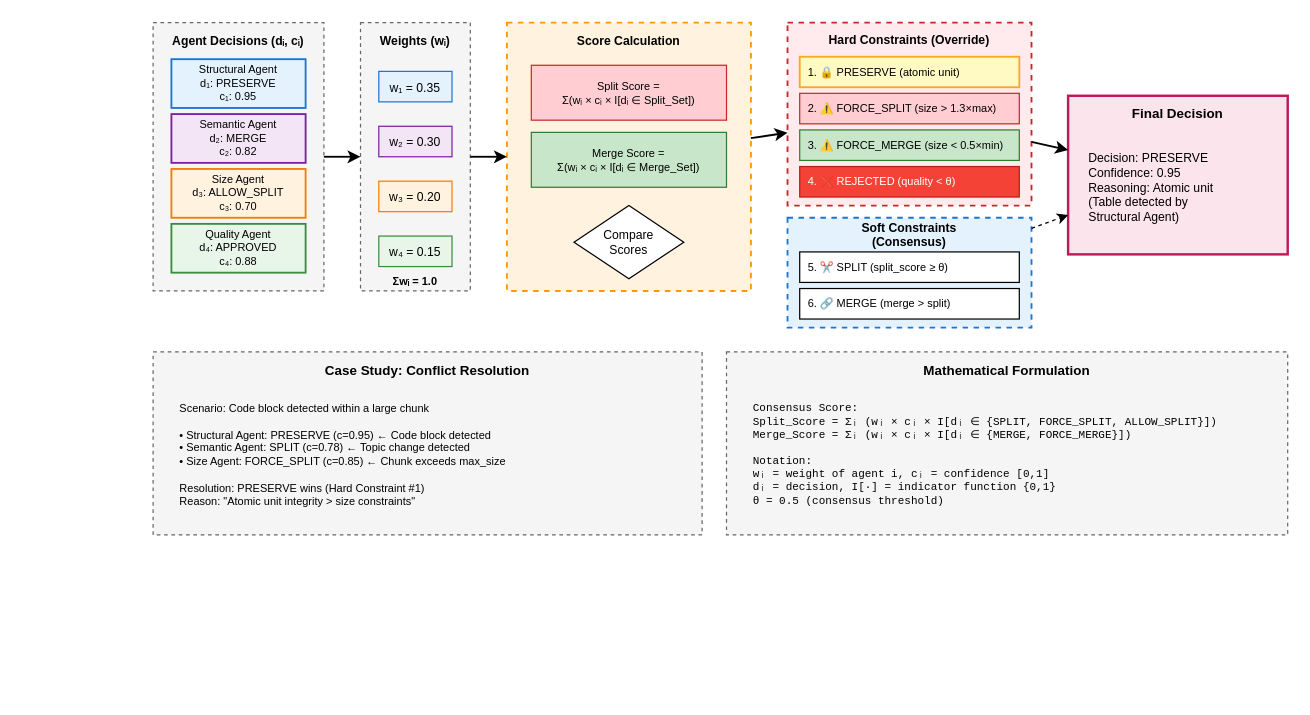
The draw.io diagram diagrams/drawio/03_consensus_mechanism.drawio in EngindalgaMaku/ebars, before the edit. Source tidied: cells renumbered, new cells numbered last; positions are measured from the earlier drawing's top-left corner, leaving out a move shared by most shapes. Both pictures are drawn from the tidied source at 122%, with x=0, y=0 at pixel (152, 22).
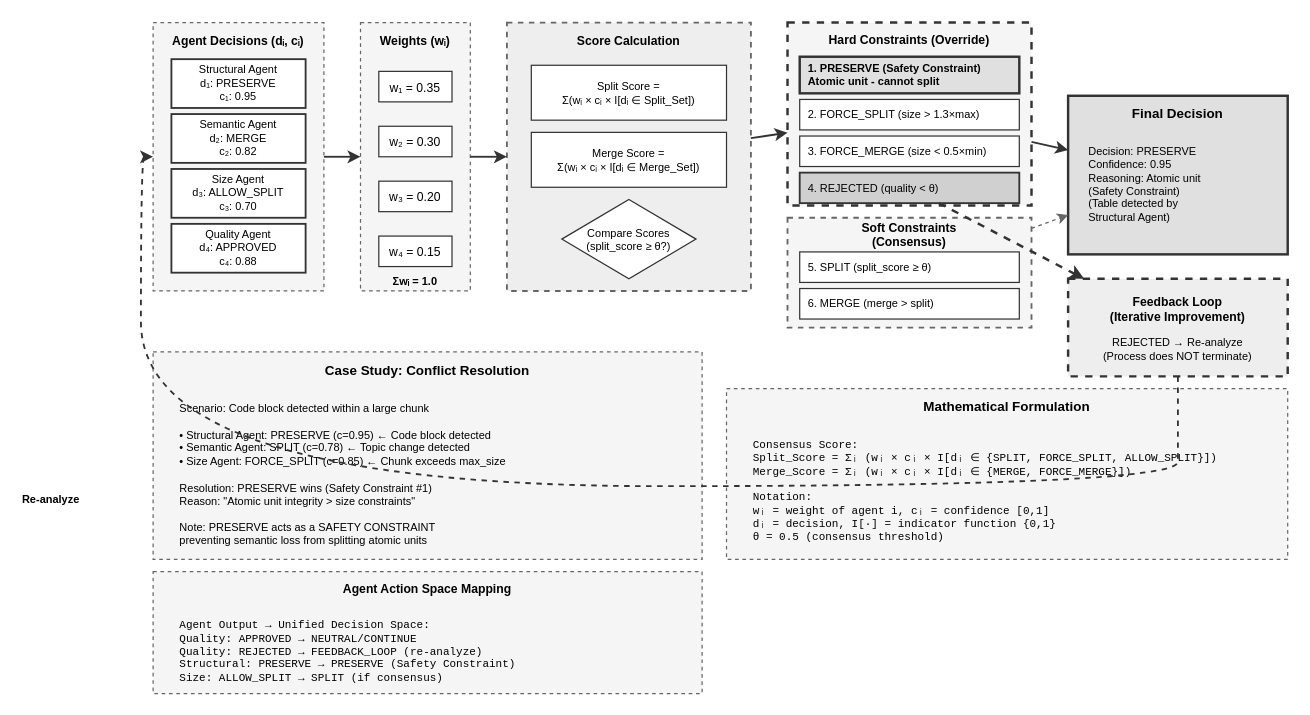
Above is the later version.

The change refers to these unchanged cells:
```xml
<mxCell id="2" style="rounded=0;whiteSpace=wrap;html=1;fillColor=#f5f5f5;strokeColor=#666666;strokeWidth=1;dashed=1;" parent="1" vertex="1">
  <mxGeometry width="140" height="220" as="geometry" />
</mxCell>
<mxCell id="8" style="rounded=0;whiteSpace=wrap;html=1;fillColor=#f5f5f5;strokeColor=#666666;strokeWidth=1;dashed=1;" parent="1" vertex="1">
  <mxGeometry x="170" width="90" height="220" as="geometry" />
</mxCell>
```

The edit, as a diff of the source:
```diff
@@
-    <mxCell id="4" value="Structural Agent&#10;d₁: PRESERVE&#10;c₁: 0.95" style="rounded=0;whiteSpace=wrap;html=1;fillColor=#e3f2fd;strokeColor=#1976d2;strokeWidth=1.5;fontSize=9;" parent="1" vertex="1">
+    <mxCell id="4" value="Structural Agent&#10;d₁: PRESERVE&#10;c₁: 0.95" style="rounded=0;whiteSpace=wrap;html=1;fillColor=#ffffff;strokeColor=#333333;strokeWidth=1.5;fontSize=9;" parent="1" vertex="1">
       <mxGeometry x="15" y="30" width="110" height="40" as="geometry" />
     </mxCell>
-    <mxCell id="5" value="Semantic Agent&#10;d₂: MERGE&#10;c₂: 0.82" style="rounded=0;whiteSpace=wrap;html=1;fillColor=#f3e5f5;strokeColor=#7b1fa2;strokeWidth=1.5;fontSize=9;" parent="1" vertex="1">
+    <mxCell id="5" value="Semantic Agent&#10;d₂: MERGE&#10;c₂: 0.82" style="rounded=0;whiteSpace=wrap;html=1;fillColor=#ffffff;strokeColor=#333333;strokeWidth=1.5;fontSize=9;" parent="1" vertex="1">
       <mxGeometry x="15" y="75" width="110" height="40" as="geometry" />
     </mxCell>
-    <mxCell id="6" value="Size Agent&#10;d₃: ALLOW_SPLIT&#10;c₃: 0.70" style="rounded=0;whiteSpace=wrap;html=1;fillColor=#fff3e0;strokeColor=#f57c00;strokeWidth=1.5;fontSize=9;" parent="1" vertex="1">
+    <mxCell id="6" value="Size Agent&#10;d₃: ALLOW_SPLIT&#10;c₃: 0.70" style="rounded=0;whiteSpace=wrap;html=1;fillColor=#ffffff;strokeColor=#333333;strokeWidth=1.5;fontSize=9;" parent="1" vertex="1">
       <mxGeometry x="15" y="120" width="110" height="40" as="geometry" />
     </mxCell>
-    <mxCell id="7" value="Quality Agent&#10;d₄: APPROVED&#10;c₄: 0.88" style="rounded=0;whiteSpace=wrap;html=1;fillColor=#e8f5e9;strokeColor=#388e3c;strokeWidth=1.5;fontSize=9;" parent="1" vertex="1">
+    <mxCell id="7" value="Quality Agent&#10;d₄: APPROVED&#10;c₄: 0.88" style="rounded=0;whiteSpace=wrap;html=1;fillColor=#ffffff;strokeColor=#333333;strokeWidth=1.5;fontSize=9;" parent="1" vertex="1">
       <mxGeometry x="15" y="165" width="110" height="40" as="geometry" />
     </mxCell>
@@
-    <mxCell id="10" value="w₁ = 0.35" style="rounded=0;whiteSpace=wrap;html=1;fillColor=#e3f2fd;strokeColor=#1976d2;strokeWidth=1;fontSize=10;" parent="1" vertex="1">
+    <mxCell id="10" value="w₁ = 0.35" style="rounded=0;whiteSpace=wrap;html=1;fillColor=#ffffff;strokeColor=#333333;strokeWidth=1;fontSize=10;" parent="1" vertex="1">
       <mxGeometry x="185" y="40" width="60" height="25" as="geometry" />
     </mxCell>
-    <mxCell id="11" value="w₂ = 0.30" style="rounded=0;whiteSpace=wrap;html=1;fillColor=#f3e5f5;strokeColor=#7b1fa2;strokeWidth=1;fontSize=10;" parent="1" vertex="1">
+    <mxCell id="11" value="w₂ = 0.30" style="rounded=0;whiteSpace=wrap;html=1;fillColor=#ffffff;strokeColor=#333333;strokeWidth=1;fontSize=10;" parent="1" vertex="1">
       <mxGeometry x="185" y="85" width="60" height="25" as="geometry" />
     </mxCell>
-    <mxCell id="12" value="w₃ = 0.20" style="rounded=0;whiteSpace=wrap;html=1;fillColor=#fff3e0;strokeColor=#f57c00;strokeWidth=1;fontSize=10;" parent="1" vertex="1">
+    <mxCell id="12" value="w₃ = 0.20" style="rounded=0;whiteSpace=wrap;html=1;fillColor=#ffffff;strokeColor=#333333;strokeWidth=1;fontSize=10;" parent="1" vertex="1">
       <mxGeometry x="185" y="130" width="60" height="25" as="geometry" />
     </mxCell>
-    <mxCell id="13" value="w₄ = 0.15" style="rounded=0;whiteSpace=wrap;html=1;fillColor=#e8f5e9;strokeColor=#388e3c;strokeWidth=1;fontSize=10;" parent="1" vertex="1">
+    <mxCell id="13" value="w₄ = 0.15" style="rounded=0;whiteSpace=wrap;html=1;fillColor=#ffffff;strokeColor=#333333;strokeWidth=1;fontSize=10;" parent="1" vertex="1">
       <mxGeometry x="185" y="175" width="60" height="25" as="geometry" />
     </mxCell>
@@
-    <mxCell id="15" style="rounded=0;whiteSpace=wrap;html=1;fillColor=#fff3e0;strokeColor=#ff9800;strokeWidth=1.5;dashed=1;" parent="1" vertex="1">
+    <mxCell id="15" style="rounded=0;whiteSpace=wrap;html=1;fillColor=#eeeeee;strokeColor=#666666;strokeWidth=1.5;dashed=1;" parent="1" vertex="1">
       <mxGeometry x="290" width="200" height="220" as="geometry" />
     </mxCell>
@@
-    <mxCell id="17" value="Split Score =&#10;Σ(wᵢ × cᵢ × I[dᵢ ∈ Split_Set])" style="rounded=0;whiteSpace=wrap;html=1;fillColor=#ffcdd2;strokeColor=#c62828;strokeWidth=1;fontSize=9;" parent="1" vertex="1">
+    <mxCell id="17" value="Split Score =&#10;Σ(wᵢ × cᵢ × I[dᵢ ∈ Split_Set])" style="rounded=0;whiteSpace=wrap;html=1;fillColor=#ffffff;strokeColor=#333333;strokeWidth=1;fontSize=9;" parent="1" vertex="1">
       <mxGeometry x="310" y="35" width="160" height="45" as="geometry" />
     </mxCell>
-    <mxCell id="18" value="Merge Score =&#10;Σ(wᵢ × cᵢ × I[dᵢ ∈ Merge_Set])" style="rounded=0;whiteSpace=wrap;html=1;fillColor=#c8e6c9;strokeColor=#2e7d32;strokeWidth=1;fontSize=9;" parent="1" vertex="1">
+    <mxCell id="18" value="Merge Score =&#10;Σ(wᵢ × cᵢ × I[dᵢ ∈ Merge_Set])" style="rounded=0;whiteSpace=wrap;html=1;fillColor=#ffffff;strokeColor=#333333;strokeWidth=1;fontSize=9;" parent="1" vertex="1">
       <mxGeometry x="310" y="90" width="160" height="45" as="geometry" />
     </mxCell>
-    <mxCell id="19" value="Compare&#10;Scores" style="rhombus;whiteSpace=wrap;html=1;fillColor=#ffffff;strokeColor=#000000;strokeWidth=1;fontSize=10;" parent="1" vertex="1">
-      <mxGeometry x="345" y="150" width="90" height="60" as="geometry" />
+    <mxCell id="19" value="Compare Scores&#10;(split_score ≥ θ?)" style="rhombus;whiteSpace=wrap;html=1;fillColor=#ffffff;strokeColor=#333333;strokeWidth=1;fontSize=9;" parent="1" vertex="1">
+      <mxGeometry x="335" y="145" width="110" height="65" as="geometry" />
     </mxCell>
-    <mxCell id="20" style="rounded=0;whiteSpace=wrap;html=1;fillColor=#ffebee;strokeColor=#c62828;strokeWidth=1.5;dashed=1;" parent="1" vertex="1">
+    <mxCell id="20" style="rounded=0;whiteSpace=wrap;html=1;fillColor=#f5f5f5;strokeColor=#333333;strokeWidth=2;dashed=1;" parent="1" vertex="1">
       <mxGeometry x="520" width="200" height="150" as="geometry" />
     </mxCell>
@@
-    <mxCell id="22" value="1. 🔒 PRESERVE (atomic unit)" style="rounded=0;whiteSpace=wrap;html=1;fillColor=#fff9c4;strokeColor=#f9a825;strokeWidth=1.5;fontSize=9;align=left;spacingLeft=5;" parent="1" vertex="1">
-      <mxGeometry x="530" y="28" width="180" height="25" as="geometry" />
+    <mxCell id="22" value="1. PRESERVE (Safety Constraint)&#10;   Atomic unit - cannot split" style="rounded=0;whiteSpace=wrap;html=1;fillColor=#e0e0e0;strokeColor=#333333;strokeWidth=2;fontSize=9;align=left;spacingLeft=5;fontStyle=1;" parent="1" vertex="1">
+      <mxGeometry x="530" y="28" width="180" height="30" as="geometry" />
     </mxCell>
-    <mxCell id="23" value="2. ⚠️ FORCE_SPLIT (size &gt; 1.3×max)" style="rounded=0;whiteSpace=wrap;html=1;fillColor=#ffcdd2;strokeColor=#c62828;strokeWidth=1;fontSize=9;align=left;spacingLeft=5;" parent="1" vertex="1">
-      <mxGeometry x="530" y="58" width="180" height="25" as="geometry" />
+    <mxCell id="23" value="2. FORCE_SPLIT (size &gt; 1.3×max)" style="rounded=0;whiteSpace=wrap;html=1;fillColor=#ffffff;strokeColor=#333333;strokeWidth=1;fontSize=9;align=left;spacingLeft=5;" parent="1" vertex="1">
+      <mxGeometry x="530" y="63" width="180" height="25" as="geometry" />
     </mxCell>
-    <mxCell id="24" value="3. ⚠️ FORCE_MERGE (size &lt; 0.5×min)" style="rounded=0;whiteSpace=wrap;html=1;fillColor=#c8e6c9;strokeColor=#2e7d32;strokeWidth=1;fontSize=9;align=left;spacingLeft=5;" parent="1" vertex="1">
-      <mxGeometry x="530" y="88" width="180" height="25" as="geometry" />
+    <mxCell id="24" value="3. FORCE_MERGE (size &lt; 0.5×min)" style="rounded=0;whiteSpace=wrap;html=1;fillColor=#ffffff;strokeColor=#333333;strokeWidth=1;fontSize=9;align=left;spacingLeft=5;" parent="1" vertex="1">
+      <mxGeometry x="530" y="93" width="180" height="25" as="geometry" />
     </mxCell>
-    <mxCell id="25" value="4. ❌ REJECTED (quality &lt; θ)" style="rounded=0;whiteSpace=wrap;html=1;fillColor=#f44336;strokeColor=#b71c1c;strokeWidth=1;fontSize=9;align=left;spacingLeft=5;fontColor=#ffffff;" parent="1" vertex="1">
-      <mxGeometry x="530" y="118" width="180" height="25" as="geometry" />
+    <mxCell id="25" value="4. REJECTED (quality &lt; θ)" style="rounded=0;whiteSpace=wrap;html=1;fillColor=#d0d0d0;strokeColor=#333333;strokeWidth=1.5;fontSize=9;align=left;spacingLeft=5;" parent="1" vertex="1">
+      <mxGeometry x="530" y="123" width="180" height="25" as="geometry" />
     </mxCell>
-    <mxCell id="26" style="rounded=0;whiteSpace=wrap;html=1;fillColor=#e3f2fd;strokeColor=#1976d2;strokeWidth=1.5;dashed=1;" parent="1" vertex="1">
+    <mxCell id="26" style="rounded=0;whiteSpace=wrap;html=1;fillColor=#f5f5f5;strokeColor=#666666;strokeWidth=1.5;dashed=1;" parent="1" vertex="1">
       <mxGeometry x="520" y="160" width="200" height="90" as="geometry" />
     </mxCell>
@@
-    <mxCell id="28" value="5. ✂️ SPLIT (split_score ≥ θ)" style="rounded=0;whiteSpace=wrap;html=1;fillColor=#ffffff;strokeColor=#000000;strokeWidth=1;fontSize=9;align=left;spacingLeft=5;" parent="1" vertex="1">
+    <mxCell id="28" value="5. SPLIT (split_score ≥ θ)" style="rounded=0;whiteSpace=wrap;html=1;fillColor=#ffffff;strokeColor=#333333;strokeWidth=1;fontSize=9;align=left;spacingLeft=5;" parent="1" vertex="1">
       <mxGeometry x="530" y="188" width="180" height="25" as="geometry" />
     </mxCell>
-    <mxCell id="29" value="6. 🔗 MERGE (merge &gt; split)" style="rounded=0;whiteSpace=wrap;html=1;fillColor=#ffffff;strokeColor=#000000;strokeWidth=1;fontSize=9;align=left;spacingLeft=5;" parent="1" vertex="1">
+    <mxCell id="29" value="6. MERGE (merge &gt; split)" style="rounded=0;whiteSpace=wrap;html=1;fillColor=#ffffff;strokeColor=#333333;strokeWidth=1;fontSize=9;align=left;spacingLeft=5;" parent="1" vertex="1">
       <mxGeometry x="530" y="218" width="180" height="25" as="geometry" />
     </mxCell>
-    <mxCell id="30" style="rounded=0;whiteSpace=wrap;html=1;fillColor=#fce4ec;strokeColor=#c2185b;strokeWidth=2;" parent="1" vertex="1">
+    <mxCell id="30" style="rounded=0;whiteSpace=wrap;html=1;fillColor=#e0e0e0;strokeColor=#333333;strokeWidth=2;" parent="1" vertex="1">
       <mxGeometry x="750" y="60" width="180" height="130" as="geometry" />
     </mxCell>
@@
-    <mxCell id="32" value="Decision: PRESERVE&#10;Confidence: 0.95&#10;Reasoning: Atomic unit&#10;(Table detected by&#10;Structural Agent)" style="text;html=1;strokeColor=none;fillColor=none;align=left;verticalAlign=middle;whiteSpace=wrap;rounded=0;fontSize=10;spacingLeft=5;" parent="1" vertex="1">
-      <mxGeometry x="760" y="90" width="160" height="90" as="geometry" />
+    <mxCell id="32" value="Decision: PRESERVE&#10;Confidence: 0.95&#10;Reasoning: Atomic unit&#10;(Safety Constraint)&#10;(Table detected by&#10;Structural Agent)" style="text;html=1;strokeColor=none;fillColor=none;align=left;verticalAlign=middle;whiteSpace=wrap;rounded=0;fontSize=9;spacingLeft=5;" parent="1" vertex="1">
+      <mxGeometry x="760" y="85" width="160" height="95" as="geometry" />
     </mxCell>
+    <mxCell id="44" style="rounded=0;whiteSpace=wrap;html=1;fillColor=#eeeeee;strokeColor=#333333;strokeWidth=2;dashed=1;" parent="1" vertex="1">
+      <mxGeometry x="750" y="210" width="180" height="80" as="geometry" />
+    </mxCell>
+    <mxCell id="45" value="Feedback Loop&#10;(Iterative Improvement)" style="text;html=1;strokeColor=none;fillColor=none;align=center;verticalAlign=middle;whiteSpace=wrap;rounded=0;fontStyle=1;fontSize=10;" parent="1" vertex="1">
+      <mxGeometry x="770" y="220" width="140" height="30" as="geometry" />
+    </mxCell>
+    <mxCell id="46" value="REJECTED → Re-analyze&#10;(Process does NOT terminate)" style="text;html=1;strokeColor=none;fillColor=none;align=center;verticalAlign=middle;whiteSpace=wrap;rounded=0;fontSize=9;" parent="1" vertex="1">
+      <mxGeometry x="765" y="250" width="150" height="35" as="geometry" />
+    </mxCell>
     <mxCell id="33" style="rounded=0;whiteSpace=wrap;html=1;fillColor=#f5f5f5;strokeColor=#666666;strokeWidth=1;dashed=1;" parent="1" vertex="1">
-      <mxGeometry y="270" width="450" height="150" as="geometry" />
+      <mxGeometry y="270" width="450" height="170" as="geometry" />
     </mxCell>
@@
-    <mxCell id="35" value="Scenario: Code block detected within a large chunk&#10;&#10;• Structural Agent: PRESERVE (c=0.95) ← Code block detected&#10;• Semantic Agent: SPLIT (c=0.78) ← Topic change detected&#10;• Size Agent: FORCE_SPLIT (c=0.85) ← Chunk exceeds max_size&#10;&#10;Resolution: PRESERVE wins (Hard Constraint #1)&#10;Reason: &quot;Atomic unit integrity &gt; size constraints&quot;" style="text;html=1;strokeColor=none;fillColor=none;align=left;verticalAlign=top;whiteSpace=wrap;rounded=0;fontSize=9;spacingLeft=10;spacingTop=5;" parent="1" vertex="1">
-      <mxGeometry x="10" y="300" width="430" height="110" as="geometry" />
+    <mxCell id="35" value="Scenario: Code block detected within a large chunk&#10;&#10;• Structural Agent: PRESERVE (c=0.95) ← Code block detected&#10;• Semantic Agent: SPLIT (c=0.78) ← Topic change detected&#10;• Size Agent: FORCE_SPLIT (c=0.85) ← Chunk exceeds max_size&#10;&#10;Resolution: PRESERVE wins (Safety Constraint #1)&#10;Reason: &quot;Atomic unit integrity &gt; size constraints&quot;&#10;&#10;Note: PRESERVE acts as a SAFETY CONSTRAINT&#10;      preventing semantic loss from splitting atomic units" style="text;html=1;strokeColor=none;fillColor=none;align=left;verticalAlign=top;whiteSpace=wrap;rounded=0;fontSize=9;spacingLeft=10;spacingTop=5;" parent="1" vertex="1">
+      <mxGeometry x="10" y="300" width="430" height="130" as="geometry" />
     </mxCell>
     <mxCell id="36" style="rounded=0;whiteSpace=wrap;html=1;fillColor=#f5f5f5;strokeColor=#666666;strokeWidth=1;dashed=1;" parent="1" vertex="1">
-      <mxGeometry x="470" y="270" width="460" height="150" as="geometry" />
+      <mxGeometry x="470" y="300" width="460" height="140" as="geometry" />
     </mxCell>
     <mxCell id="37" value="Mathematical Formulation" style="text;html=1;strokeColor=none;fillColor=none;align=center;verticalAlign=middle;whiteSpace=wrap;rounded=0;fontStyle=1;fontSize=11;" parent="1" vertex="1">
-      <mxGeometry x="620" y="275" width="160" height="20" as="geometry" />
+      <mxGeometry x="620" y="305" width="160" height="20" as="geometry" />
     </mxCell>
     <mxCell id="38" value="Consensus Score:&#10;  Split_Score = Σᵢ (wᵢ × cᵢ × I[dᵢ ∈ {SPLIT, FORCE_SPLIT, ALLOW_SPLIT}])&#10;  Merge_Score = Σᵢ (wᵢ × cᵢ × I[dᵢ ∈ {MERGE, FORCE_MERGE}])&#10;&#10;Notation:&#10;  wᵢ = weight of agent i,  cᵢ = confidence [0,1]&#10;  dᵢ = decision,  I[·] = indicator function {0,1}&#10;  θ = 0.5 (consensus threshold)" style="text;html=1;strokeColor=none;fillColor=none;align=left;verticalAlign=top;whiteSpace=wrap;rounded=0;fontSize=9;spacingLeft=10;spacingTop=5;fontFamily=Courier New;" parent="1" vertex="1">
-      <mxGeometry x="480" y="300" width="440" height="110" as="geometry" />
+      <mxGeometry x="480" y="330" width="440" height="100" as="geometry" />
     </mxCell>
+    <mxCell id="47" style="rounded=0;whiteSpace=wrap;html=1;fillColor=#f5f5f5;strokeColor=#666666;strokeWidth=1;dashed=1;" parent="1" vertex="1">
+      <mxGeometry y="450" width="450" height="100" as="geometry" />
+    </mxCell>
+    <mxCell id="48" value="Agent Action Space Mapping" style="text;html=1;strokeColor=none;fillColor=none;align=center;verticalAlign=middle;whiteSpace=wrap;rounded=0;fontStyle=1;fontSize=10;" parent="1" vertex="1">
+      <mxGeometry x="140" y="455" width="170" height="18" as="geometry" />
+    </mxCell>
+    <mxCell id="49" value="Agent Output → Unified Decision Space:&#10;  Quality: APPROVED → NEUTRAL/CONTINUE&#10;  Quality: REJECTED → FEEDBACK_LOOP (re-analyze)&#10;  Structural: PRESERVE → PRESERVE (Safety Constraint)&#10;  Size: ALLOW_SPLIT → SPLIT (if consensus)" style="text;html=1;strokeColor=none;fillColor=none;align=left;verticalAlign=top;whiteSpace=wrap;rounded=0;fontSize=9;spacingLeft=10;spacingTop=5;fontFamily=Courier New;" parent="1" vertex="1">
+      <mxGeometry x="10" y="478" width="430" height="65" as="geometry" />
+    </mxCell>
-    <mxCell id="39" style="endArrow=classic;html=1;strokeWidth=1.5;strokeColor=#000000;" parent="1" edge="1" source="2" target="8">
+    <mxCell id="39" style="endArrow=classic;html=1;strokeWidth=1.5;strokeColor=#333333;" parent="1" edge="1" source="2" target="8">
       <mxGeometry relative="1" as="geometry" />
     </mxCell>
-    <mxCell id="40" style="endArrow=classic;html=1;strokeWidth=1.5;strokeColor=#000000;" parent="1" edge="1" source="8" target="15">
+    <mxCell id="40" style="endArrow=classic;html=1;strokeWidth=1.5;strokeColor=#333333;" parent="1" edge="1" source="8" target="15">
       <mxGeometry relative="1" as="geometry" />
     </mxCell>
-    <mxCell id="41" style="endArrow=classic;html=1;strokeWidth=1.5;strokeColor=#000000;" parent="1" edge="1" source="15" target="20">
+    <mxCell id="41" style="endArrow=classic;html=1;strokeWidth=1.5;strokeColor=#333333;" parent="1" edge="1" source="15" target="20">
       <mxGeometry relative="1" as="geometry" />
     </mxCell>
-    <mxCell id="42" style="endArrow=classic;html=1;strokeWidth=1.5;strokeColor=#000000;" parent="1" edge="1" source="20" target="30">
+    <mxCell id="42" style="endArrow=classic;html=1;strokeWidth=1.5;strokeColor=#333333;" parent="1" edge="1" source="20" target="30">
       <mxGeometry relative="1" as="geometry" />
     </mxCell>
-    <mxCell id="43" style="endArrow=classic;html=1;strokeWidth=1;strokeColor=#000000;dashed=1;" parent="1" edge="1" source="26" target="30">
+    <mxCell id="43" style="endArrow=classic;html=1;strokeWidth=1;strokeColor=#666666;dashed=1;" parent="1" edge="1" source="26" target="30">
       <mxGeometry relative="1" as="geometry" />
     </mxCell>
+    <mxCell id="50" style="endArrow=classic;html=1;strokeWidth=2;strokeColor=#333333;dashed=1;" parent="1" edge="1" source="25" target="44">
+      <mxGeometry relative="1" as="geometry" />
+    </mxCell>
+    <mxCell id="51" style="endArrow=classic;html=1;strokeWidth=1.5;strokeColor=#333333;dashed=1;curved=1;" parent="1" edge="1" source="44" target="2">
+      <mxGeometry relative="1" as="geometry">
+        <Array as="points">
+          <mxPoint x="840" y="340" />
+          <mxPoint x="840" y="380" />
+          <mxPoint x="-10" y="380" />
+          <mxPoint x="-10" y="110" />
+        </Array>
+      </mxGeometry>
+    </mxCell>
+    <mxCell id="52" value="Re-analyze" style="edgeLabel;html=1;align=center;verticalAlign=middle;fontSize=9;fontStyle=1;" parent="51" vertex="1">
+      <mxGeometry x="0.5" relative="1" as="geometry">
+        <mxPoint x="-100" y="10" as="offset" />
+      </mxGeometry>
+    </mxCell>
```
